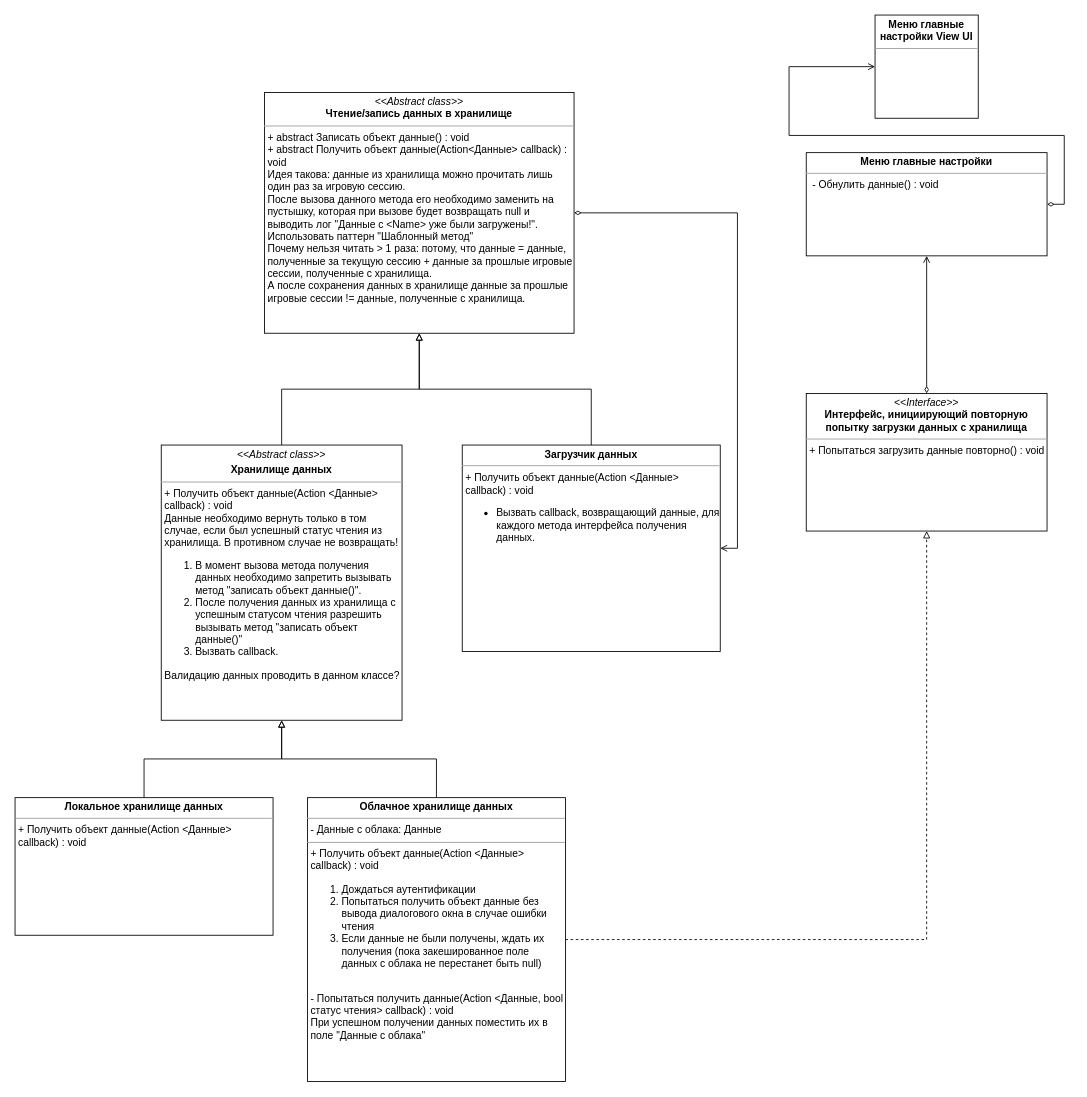
PurposeTo/JumpingDreamer keeps this draw.io diagram as Документация/Проектирование кода/Работа с данными/Загрузчик данных UML.drawio. Above is the earlier version. Source tidied: cells renumbered, new cells numbered last; positions are measured from the earlier drawing's top-left corner, leaving out a move shared by most shapes. Both pictures are drawn from the tidied source at 86%, with x=0, y=0 at pixel (15, 15).
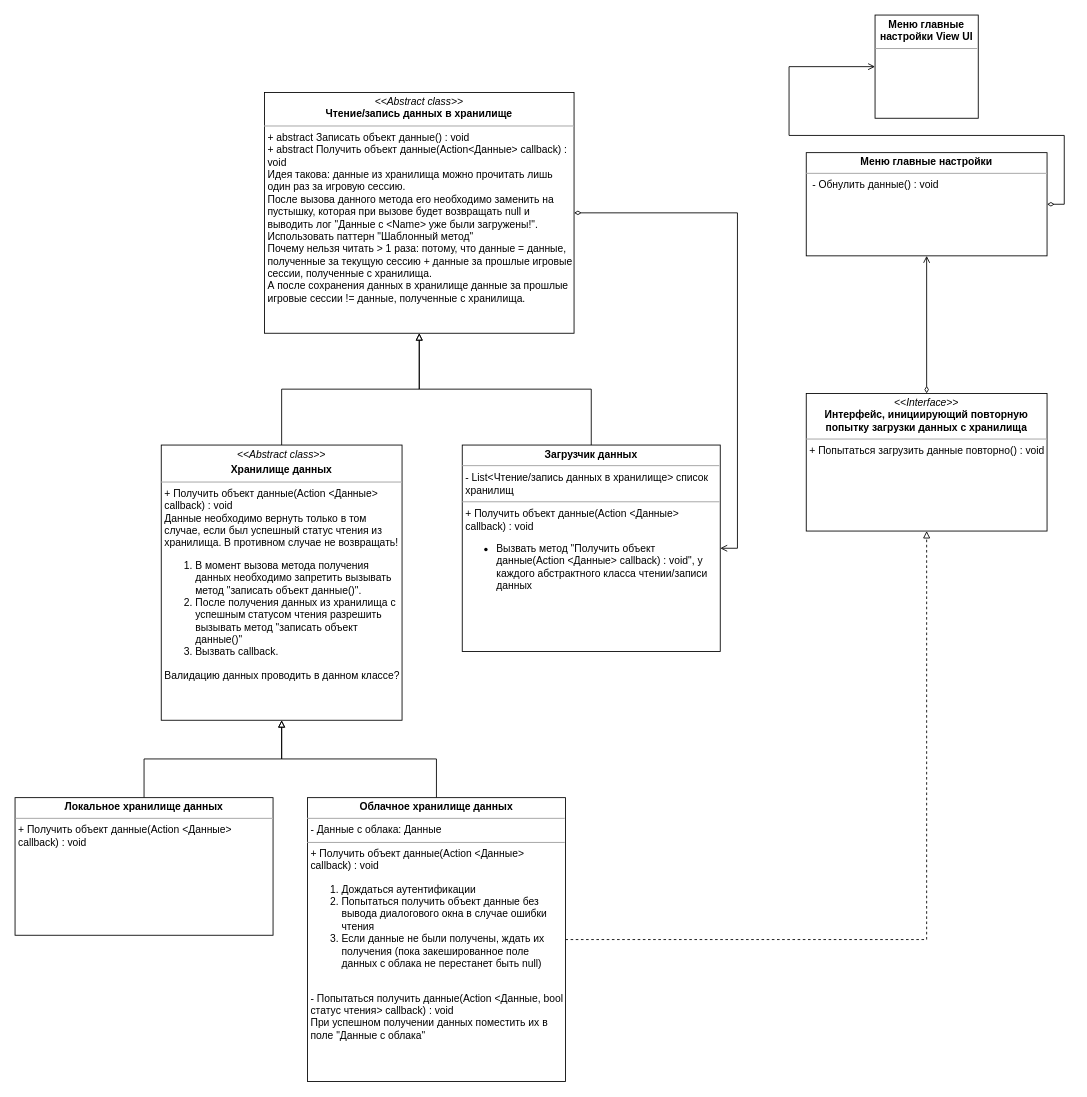
Above is the later version.

Change to the diagram source:
```diff
@@
 <mxGraphModel>
   <root>
     <mxCell id="0" />
     <mxCell id="1" parent="0" />
     <mxCell id="2" style="edgeStyle=orthogonalEdgeStyle;rounded=0;orthogonalLoop=1;jettySize=auto;html=1;exitX=0.5;exitY=0;exitDx=0;exitDy=0;entryX=0.5;entryY=1;entryDx=0;entryDy=0;startArrow=none;startFill=0;endArrow=block;endFill=0;fontSize=14;dashed=1;" parent="1" edge="1">
       <mxGeometry relative="1" as="geometry">
         <mxPoint x="370" y="1250" as="sourcePoint" />
       </mxGeometry>
     </mxCell>
     <mxCell id="3" style="edgeStyle=orthogonalEdgeStyle;rounded=0;jettySize=auto;html=1;exitX=1;exitY=0.5;exitDx=0;exitDy=0;entryX=1;entryY=0.5;entryDx=0;entryDy=0;endArrow=open;endFill=0;startArrow=diamondThin;startFill=0;" parent="1" edge="1" source="13" target="11">
       <mxGeometry relative="1" as="geometry" />
     </mxCell>
     <mxCell id="4" style="edgeStyle=orthogonalEdgeStyle;rounded=0;jettySize=auto;html=1;exitX=0.5;exitY=0;exitDx=0;exitDy=0;startArrow=none;startFill=0;endArrow=block;endFill=0;fontSize=14;entryX=0.5;entryY=1;entryDx=0;entryDy=0;" parent="1" edge="1" source="5" target="13">
       <mxGeometry relative="1" as="geometry" />
     </mxCell>
     <mxCell id="5" value="&lt;p style=&quot;margin: 0px ; margin-top: 4px ; text-align: center&quot;&gt;&lt;i&gt;&amp;lt;&amp;lt;Abstract class&amp;gt;&amp;gt;&lt;/i&gt;&lt;b&gt;&lt;br&gt;&lt;/b&gt;&lt;/p&gt;&lt;p style=&quot;margin: 0px ; margin-top: 4px ; text-align: center&quot;&gt;&lt;b&gt;Хранилище данных&lt;/b&gt;&lt;/p&gt;&lt;hr size=&quot;1&quot;&gt;&lt;p style=&quot;margin: 0px ; margin-left: 4px&quot;&gt;+ Получить объект данные(Action &amp;lt;Данные&amp;gt; callback) : void&lt;br&gt;&lt;/p&gt;&lt;p style=&quot;margin: 0px ; margin-left: 4px&quot;&gt;Данные необходимо вернуть только в том случае, если был успешный статус чтения из хранилища. В противном случае не возвращать!&lt;/p&gt;&lt;ol&gt;&lt;li&gt;В момент вызова метода получения данных необходимо запретить вызывать метод &quot;записать объект данные()&quot;.&lt;/li&gt;&lt;li&gt;После получения данных из хранилища с успешным статусом чтения разрешить вызывать метод &quot;записать объект данные()&quot;&lt;/li&gt;&lt;li&gt;Вызвать callback.&lt;/li&gt;&lt;/ol&gt;&lt;div&gt;&lt;p style=&quot;margin: 0px 0px 0px 4px&quot;&gt;Валидацию данных проводить в данном классе?&lt;/p&gt;&lt;/div&gt;&lt;p&gt;&lt;/p&gt;" style="verticalAlign=top;align=left;overflow=fill;fontSize=12;fontFamily=Helvetica;html=1;whiteSpace=wrap;rounded=0;glass=0;shadow=0;sketch=0;spacingLeft=0;spacing=0;" parent="1" vertex="1">
       <mxGeometry x="170" y="500" width="280" height="320" as="geometry" />
     </mxCell>
     <mxCell id="6" style="edgeStyle=orthogonalEdgeStyle;rounded=0;jettySize=auto;html=1;exitX=0.5;exitY=0;exitDx=0;exitDy=0;entryX=0.5;entryY=1;entryDx=0;entryDy=0;endArrow=block;endFill=0;" parent="1" edge="1" source="8" target="5">
       <mxGeometry relative="1" as="geometry" />
     </mxCell>
     <mxCell id="7" style="edgeStyle=orthogonalEdgeStyle;rounded=0;jettySize=auto;html=1;exitX=1;exitY=0.5;exitDx=0;exitDy=0;entryX=0.5;entryY=1;entryDx=0;entryDy=0;dashed=1;endArrow=block;endFill=0;" parent="1" edge="1" source="8" target="14">
       <mxGeometry relative="1" as="geometry" />
     </mxCell>
     <mxCell id="8" value="&lt;p style=&quot;margin: 4px 0px 0px ; text-align: center&quot;&gt;&lt;b&gt;Облачное хранилище данных&lt;/b&gt;&lt;/p&gt;&lt;hr size=&quot;1&quot;&gt;&lt;p style=&quot;margin: 0px 0px 0px 4px&quot;&gt;- Данные с облака: Данные&lt;/p&gt;&lt;hr size=&quot;1&quot;&gt;&lt;p style=&quot;margin: 0px 0px 0px 4px&quot;&gt;+ Получить объект данные(Action &amp;lt;Данные&amp;gt; callback) : void&lt;/p&gt;&lt;p style=&quot;margin: 0px 0px 0px 4px&quot;&gt;&lt;/p&gt;&lt;ol&gt;&lt;li&gt;Дождаться аутентификации&lt;/li&gt;&lt;li&gt;Попытаться получить объект данные без вывода диалогового окна в случае ошибки чтения&lt;/li&gt;&lt;li&gt;Если данные не были получены, ждать их получения (пока закешированное поле данных с облака не перестанет быть null)&lt;/li&gt;&lt;/ol&gt;&lt;p&gt;&lt;/p&gt;&lt;p style=&quot;margin: 0px 0px 0px 4px&quot;&gt;&lt;br&gt;&lt;/p&gt;&lt;p style=&quot;margin: 0px 0px 0px 4px&quot;&gt;- Попытаться получить данные(Action &amp;lt;Данные, bool статус чтения&amp;gt; callback) : void&lt;/p&gt;&lt;p style=&quot;margin: 0px 0px 0px 4px&quot;&gt;При успешном получении данных поместить их в поле &quot;Данные с облака&quot;&lt;/p&gt;&lt;p&gt;&lt;/p&gt;" style="verticalAlign=top;align=left;overflow=fill;fontSize=12;fontFamily=Helvetica;html=1;whiteSpace=wrap;" parent="1" vertex="1">
       <mxGeometry x="340" y="910" width="300" height="330" as="geometry" />
     </mxCell>
     <mxCell id="9" style="edgeStyle=orthogonalEdgeStyle;rounded=0;jettySize=auto;html=1;exitX=0.5;exitY=0;exitDx=0;exitDy=0;entryX=0.5;entryY=1;entryDx=0;entryDy=0;endArrow=block;endFill=0;" parent="1" edge="1" source="10" target="5">
       <mxGeometry relative="1" as="geometry" />
     </mxCell>
     <mxCell id="10" value="&lt;p style=&quot;margin: 0px ; margin-top: 4px ; text-align: center&quot;&gt;&lt;b&gt;Локальное хранилище данных&lt;/b&gt;&lt;/p&gt;&lt;hr size=&quot;1&quot;&gt;&lt;p style=&quot;margin: 0px ; margin-left: 4px&quot;&gt;+ Получить объект данные(Action &amp;lt;Данные&amp;gt; callback) : void&lt;br&gt;&lt;/p&gt;&lt;p style=&quot;margin: 0px ; margin-left: 4px&quot;&gt;&lt;br&gt;&lt;/p&gt;&lt;p&gt;&lt;/p&gt;" style="verticalAlign=top;align=left;overflow=fill;fontSize=12;fontFamily=Helvetica;html=1;whiteSpace=wrap;" parent="1" vertex="1">
       <mxGeometry y="910" width="300" height="160" as="geometry" />
     </mxCell>
-    <mxCell id="11" value="&lt;p style=&quot;margin: 0px ; margin-top: 4px ; text-align: center&quot;&gt;&lt;b&gt;Загрузчик данных&lt;/b&gt;&lt;/p&gt;&lt;hr size=&quot;1&quot;&gt;&lt;p style=&quot;margin: 0px ; margin-left: 4px&quot;&gt;+ Получить объект данные(Action &amp;lt;Данные&amp;gt; callback) : void&lt;br&gt;&lt;/p&gt;&lt;ul&gt;&lt;li&gt;&lt;span&gt;Вызвать callback, возвращающий данные, для каждого метода интерфейса получения данных.&lt;/span&gt;&lt;/li&gt;&lt;/ul&gt;&lt;p&gt;&lt;/p&gt;" style="verticalAlign=top;align=left;overflow=fill;fontSize=12;fontFamily=Helvetica;html=1;whiteSpace=wrap;" parent="1" vertex="1">
+    <mxCell id="11" value="&lt;p style=&quot;margin: 0px ; margin-top: 4px ; text-align: center&quot;&gt;&lt;b&gt;Загрузчик данных&lt;/b&gt;&lt;/p&gt;&lt;hr size=&quot;1&quot;&gt;&lt;p style=&quot;margin: 0px ; margin-left: 4px&quot;&gt;- List&amp;lt;Чтение/запись данных в хранилище&amp;gt; список хранилищ&lt;/p&gt;&lt;hr size=&quot;1&quot;&gt;&lt;p style=&quot;margin: 0px 0px 0px 4px&quot;&gt;+ Получить объект данные(Action &amp;lt;Данные&amp;gt; callback) : void&lt;/p&gt;&lt;ul&gt;&lt;li&gt;&lt;span&gt;Вызвать метод &quot;Получить объект данные(Action &amp;lt;Данные&amp;gt; callback) : void&quot;, у каждого абстрактного класса чтении/записи данных&lt;/span&gt;&lt;/li&gt;&lt;/ul&gt;&lt;p&gt;&lt;/p&gt;" style="verticalAlign=top;align=left;overflow=fill;fontSize=12;fontFamily=Helvetica;html=1;whiteSpace=wrap;" parent="1" vertex="1">
       <mxGeometry x="520" y="500" width="300" height="240" as="geometry" />
     </mxCell>
     <mxCell id="12" style="edgeStyle=orthogonalEdgeStyle;rounded=0;jettySize=auto;html=1;exitX=0.5;exitY=0;exitDx=0;exitDy=0;entryX=0.5;entryY=1;entryDx=0;entryDy=0;startArrow=none;startFill=0;endArrow=block;endFill=0;fontSize=14;" parent="1" edge="1" source="11" target="13">
       <mxGeometry relative="1" as="geometry" />
     </mxCell>
     <mxCell id="13" value="&lt;p style=&quot;margin: 0px ; margin-top: 4px ; text-align: center&quot;&gt;&lt;i&gt;&amp;lt;&amp;lt;&lt;/i&gt;&lt;i&gt;Abstract class&lt;/i&gt;&lt;i&gt;&amp;gt;&amp;gt;&lt;/i&gt;&lt;br&gt;&lt;b&gt;Чтение/запись данных в хранилище&lt;/b&gt;&lt;/p&gt;&lt;hr size=&quot;1&quot;&gt;&lt;p style=&quot;margin: 0px ; margin-left: 4px&quot;&gt;+ abstract&amp;nbsp;&lt;span&gt;Записать объект данные() : void&lt;/span&gt;&lt;br&gt;+ abstract Получить объект данные(Action&amp;lt;Данные&amp;gt; callback) : void&lt;/p&gt;&lt;p style=&quot;margin: 0px ; margin-left: 4px&quot;&gt;Идея такова: данные из хранилища можно прочитать лишь один раз за игровую сессию.&lt;/p&gt;&lt;p style=&quot;margin: 0px ; margin-left: 4px&quot;&gt;После вызова данного метода его необходимо заменить на пустышку, которая при вызове будет возвращать null и выводить лог &quot;Данные с &amp;lt;Name&amp;gt; уже были загружены!&quot;. Использовать паттерн &quot;Шаблонный метод&quot;&lt;/p&gt;&lt;p style=&quot;margin: 0px ; margin-left: 4px&quot;&gt;Почему нельзя читать &amp;gt; 1 раза: потому, что данные = данные, полученные за текущую сессию + данные за прошлые игровые сессии, полученные с хранилища.&lt;/p&gt;&lt;p style=&quot;margin: 0px ; margin-left: 4px&quot;&gt;А после сохранения данных в хранилище данные за прошлые игровые сессии != данные, полученные с хранилища.&lt;/p&gt;" style="verticalAlign=top;align=left;overflow=fill;fontSize=12;fontFamily=Helvetica;html=1;whiteSpace=wrap;" parent="1" vertex="1">
       <mxGeometry x="290" y="90" width="360" height="280" as="geometry" />
     </mxCell>
     <mxCell id="14" value="&lt;p style=&quot;margin: 0px ; margin-top: 4px ; text-align: center&quot;&gt;&lt;i&gt;&amp;lt;&amp;lt;Interface&amp;gt;&amp;gt;&lt;/i&gt;&lt;br&gt;&lt;b&gt;Интерфейс, инициирующий повторную попытку загрузки данных с хранилища&lt;/b&gt;&lt;/p&gt;&lt;hr size=&quot;1&quot;&gt;&lt;p style=&quot;margin: 0px ; margin-left: 4px&quot;&gt;+ Попытаться загрузить данные повторно() : void&lt;/p&gt;" style="verticalAlign=top;align=left;overflow=fill;fontSize=12;fontFamily=Helvetica;html=1;whiteSpace=wrap;" parent="1" vertex="1">
       <mxGeometry x="920" y="440" width="280" height="160" as="geometry" />
     </mxCell>
     <mxCell id="15" value="&lt;p style=&quot;margin: 0px ; margin-top: 4px ; text-align: center&quot;&gt;&lt;b&gt;Меню главные настройки View UI&lt;/b&gt;&lt;/p&gt;&lt;hr size=&quot;1&quot;&gt;&lt;div style=&quot;height: 2px&quot;&gt;&lt;br&gt;&lt;/div&gt;" style="verticalAlign=top;align=left;overflow=fill;fontSize=12;fontFamily=Helvetica;html=1;whiteSpace=wrap;" parent="1" vertex="1">
       <mxGeometry x="1000" width="120" height="120" as="geometry" />
     </mxCell>
     <mxCell id="16" style="edgeStyle=orthogonalEdgeStyle;rounded=0;jettySize=auto;html=1;exitX=1;exitY=0.5;exitDx=0;exitDy=0;entryX=0;entryY=0.5;entryDx=0;entryDy=0;startArrow=diamondThin;startFill=0;endArrow=open;endFill=0;" parent="1" edge="1" source="17" target="15">
       <mxGeometry relative="1" as="geometry" />
     </mxCell>
     <mxCell id="17" value="&lt;p style=&quot;margin: 0px ; margin-top: 4px ; text-align: center&quot;&gt;&lt;b&gt;Меню главные настройки&lt;/b&gt;&lt;/p&gt;&lt;hr size=&quot;1&quot;&gt;&lt;p style=&quot;margin: 0px ; margin-left: 4px&quot;&gt;&lt;span&gt;&amp;nbsp;- Обнулить данные() : void&lt;/span&gt;&lt;br&gt;&lt;/p&gt;" style="verticalAlign=top;align=left;overflow=fill;fontSize=12;fontFamily=Helvetica;html=1;whiteSpace=wrap;" parent="1" vertex="1">
       <mxGeometry x="920" y="160" width="280" height="120" as="geometry" />
     </mxCell>
     <mxCell id="18" style="edgeStyle=orthogonalEdgeStyle;rounded=0;jettySize=auto;html=1;exitX=0.5;exitY=0;exitDx=0;exitDy=0;entryX=0.5;entryY=1;entryDx=0;entryDy=0;startArrow=diamondThin;startFill=0;endArrow=open;endFill=0;" parent="1" edge="1" source="14" target="17">
       <mxGeometry relative="1" as="geometry" />
     </mxCell>
   </root>
 </mxGraphModel>
```
